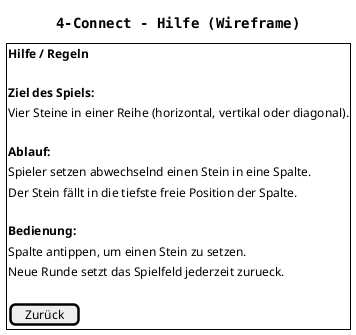
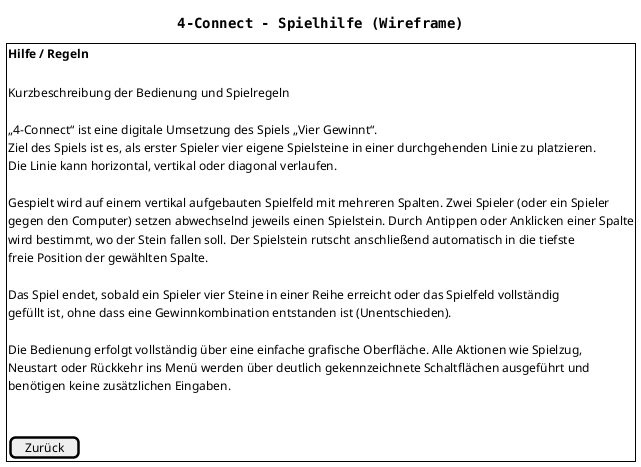
@startuml
- title 4-Connect - Hilfe (Wireframe)
+ title 4-Connect - Spielhilfe (Wireframe)

skinparam defaultFontName Monospaced

salt
{
  {+
    { **Hilfe / Regeln** }
    .
-     { **Ziel des Spiels:** }
-     { Vier Steine in einer Reihe (horizontal, vertikal oder diagonal). }
+     {Kurzbeschreibung der Bedienung und Spielregeln
+ .
+     „4-Connect“ ist eine digitale Umsetzung des Spiels „Vier Gewinnt“.
+     Ziel des Spiels ist es, als erster Spieler vier eigene Spielsteine in einer durchgehenden Linie zu platzieren.
+     Die Linie kann horizontal, vertikal oder diagonal verlaufen.
+ .
+     Gespielt wird auf einem vertikal aufgebauten Spielfeld mit mehreren Spalten. Zwei Spieler (oder ein Spieler
+     gegen den Computer) setzen abwechselnd jeweils einen Spielstein. Durch Antippen oder Anklicken einer Spalte
+     wird bestimmt, wo der Stein fallen soll. Der Spielstein rutscht anschließend automatisch in die tiefste
+     freie Position der gewählten Spalte.
+ .
+     Das Spiel endet, sobald ein Spieler vier Steine in einer Reihe erreicht oder das Spielfeld vollständig
+     gefüllt ist, ohne dass eine Gewinnkombination entstanden ist (Unentschieden).
+ .
+     Die Bedienung erfolgt vollständig über eine einfache grafische Oberfläche. Alle Aktionen wie Spielzug,
+     Neustart oder Rückkehr ins Menü werden über deutlich gekennzeichnete Schaltflächen ausgeführt und
+     benötigen keine zusätzlichen Eingaben.}
    .
-     { **Ablauf:** }
-     { Spieler setzen abwechselnd einen Stein in eine Spalte. }
-     { Der Stein fällt in die tiefste freie Position der Spalte. }
-     .
-     { **Bedienung:** }
-     { Spalte antippen, um einen Stein zu setzen.}
-     { Neue Runde setzt das Spielfeld jederzeit zurueck.}
    .
    {[ Zurück ]}
  }
}
@enduml
